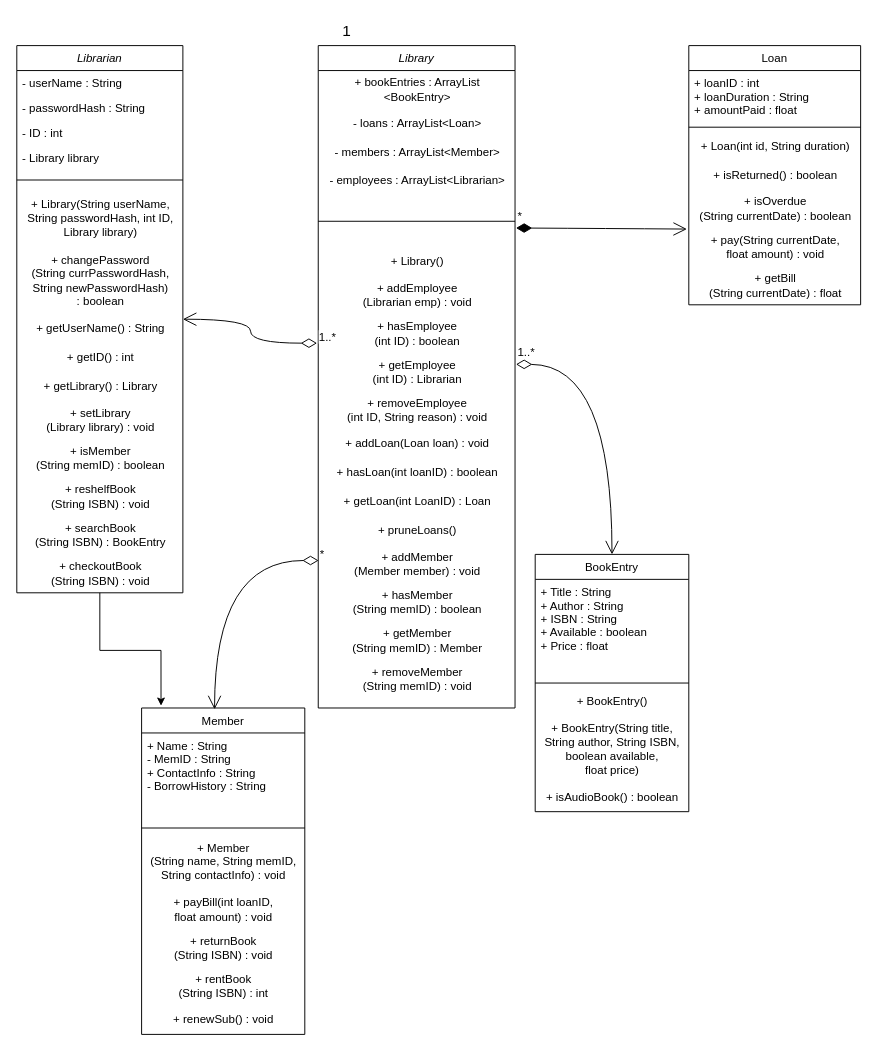
This is Untitled Diagram.drawio from Twpendleton/ClassUMLDiagram, a draw.io file, before an edit. Source tidied: cells renumbered, new cells numbered last; positions are measured from the earlier drawing's top-left corner, leaving out a move shared by most shapes. Both pictures are drawn from the tidied source at 96%, with x=0, y=0 at pixel (16, 16).
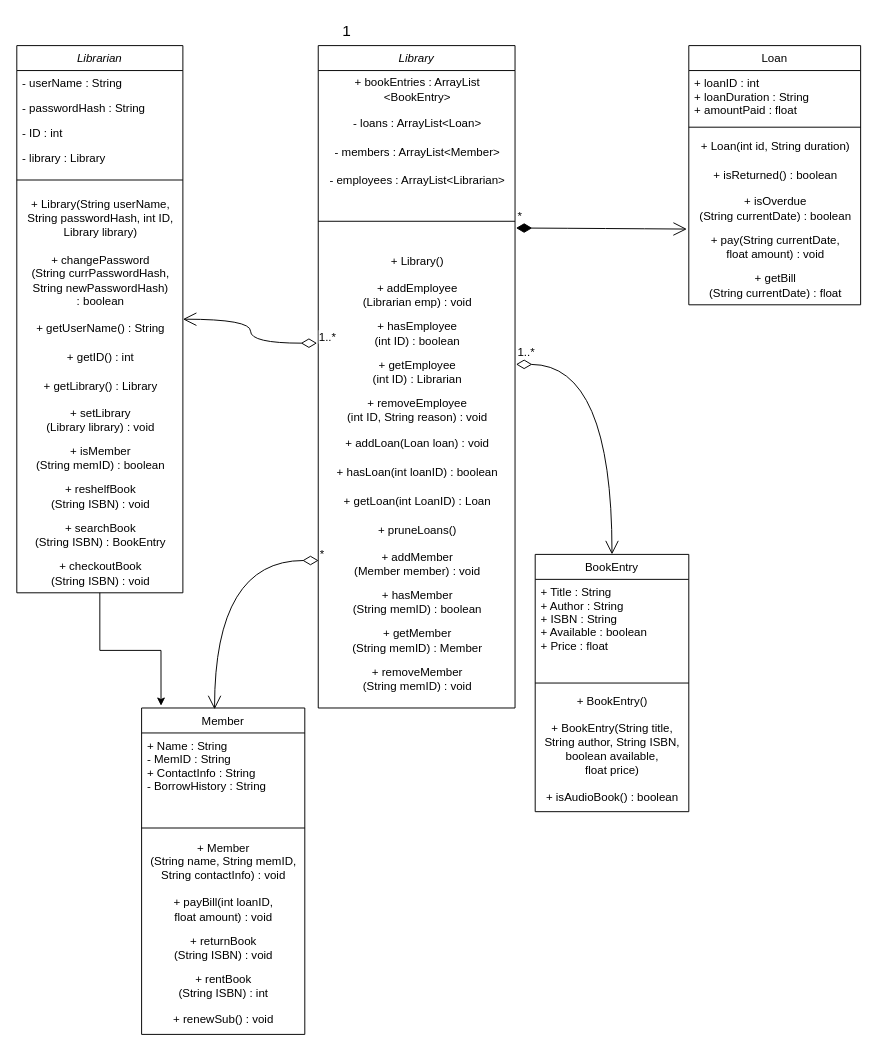
The same diagram, later.

Commit message:
Fix typo for library attribute in Librarian

Unchanged cells that the change refers to:
```xml
<mxCell id="2" value="Librarian" style="swimlane;fontStyle=2;align=center;verticalAlign=top;horizontal=1;startSize=26;rounded=0;shadow=0;strokeWidth=1;" parent="1" vertex="1">
  <mxGeometry y="30" width="173" height="570" as="geometry" />
</mxCell>
```

Change to the diagram source:
```diff
@@
-    <mxCell id="6" value="- Library library" style="text;align=left;verticalAlign=top;spacingLeft=4;spacingRight=4;overflow=hidden;rounded=0;shadow=0;html=0;" parent="2" vertex="1">
+    <mxCell id="6" value="- library : Library" style="text;align=left;verticalAlign=top;spacingLeft=4;spacingRight=4;overflow=hidden;rounded=0;shadow=0;html=0;" parent="2" vertex="1">
       <mxGeometry y="104" width="173" height="26" as="geometry" />
     </mxCell>
```
